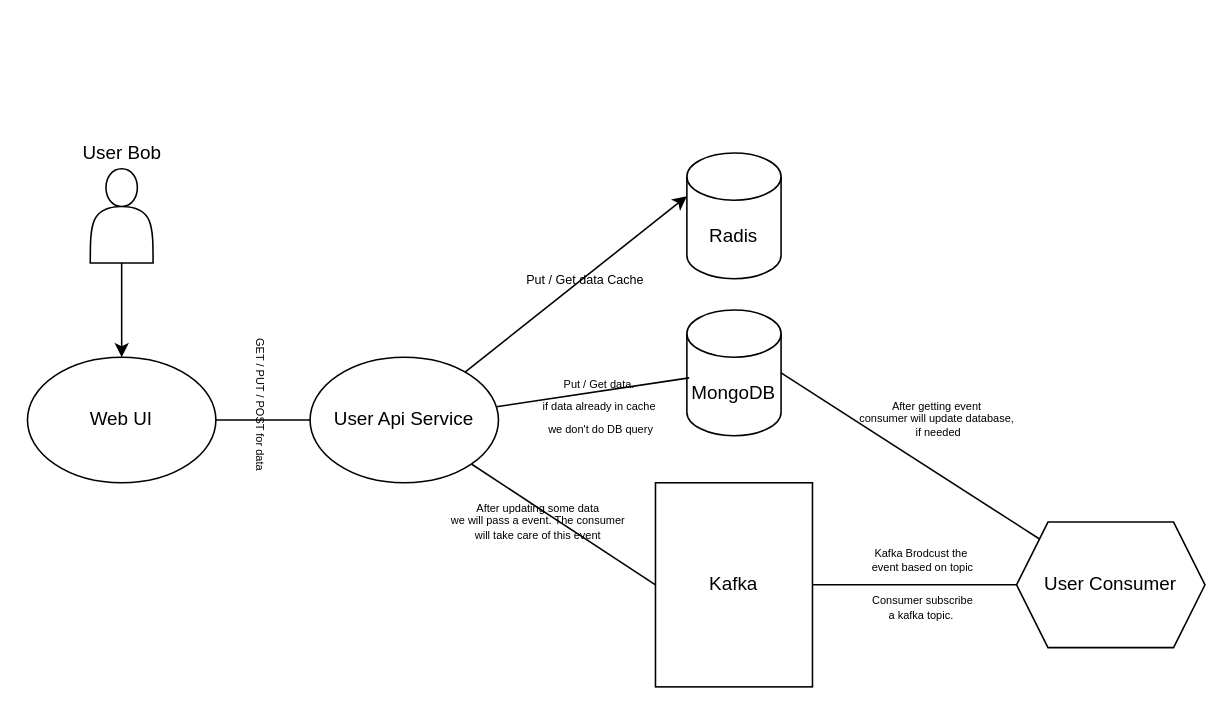
This is architecture.drawio from Rafat97/real-time-user-dashboard, a draw.io file, before an edit. Source tidied: cells renumbered, new cells numbered last; positions are measured from the earlier drawing's top-left corner, leaving out a move shared by most shapes. Both pictures are drawn from the tidied source at 157%, with x=0, y=0 at pixel (27, 137).
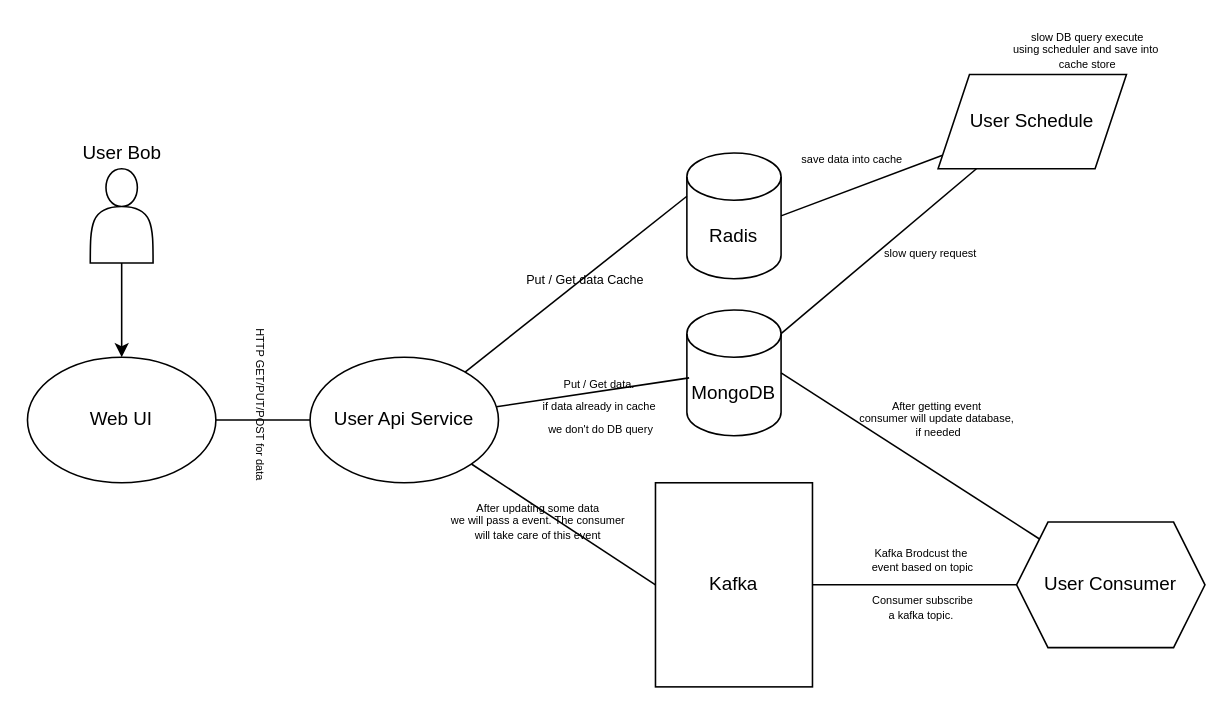
The same diagram, later.

Unchanged cells that the change refers to:
```xml
<mxCell id="2" value="MongoDB" style="shape=cylinder3;whiteSpace=wrap;html=1;boundedLbl=1;backgroundOutline=1;size=15;" parent="1" vertex="1">
  <mxGeometry x="420" y="110" width="60" height="80" as="geometry" />
</mxCell>
<mxCell id="3" value="Radis" style="shape=cylinder3;whiteSpace=wrap;html=1;boundedLbl=1;backgroundOutline=1;size=15;" parent="1" vertex="1">
  <mxGeometry x="420" y="10" width="60" height="80" as="geometry" />
</mxCell>
<mxCell id="9" value="User Api Service" style="ellipse;whiteSpace=wrap;html=1;" parent="1" vertex="1">
  <mxGeometry x="180" y="140" width="120" height="80" as="geometry" />
</mxCell>
```

Change to the diagram source:
```diff
@@
-    <mxCell id="6" style="edgeStyle=none;html=1;entryX=0;entryY=0;entryDx=0;entryDy=27.5;entryPerimeter=0;curved=1;" parent="1" edge="1" source="9" target="3">
+    <mxCell id="6" style="edgeStyle=none;html=1;entryX=0;entryY=0;entryDx=0;entryDy=27.5;entryPerimeter=0;curved=1;endArrow=none;endFill=0;" parent="1" edge="1" source="9" target="3">
       <mxGeometry relative="1" as="geometry" />
     </mxCell>
@@
-    <mxCell id="16" value="&lt;font style=&quot;font-size: 7px&quot;&gt;GET / PUT / POST for data&lt;/font&gt;" style="text;html=1;align=center;verticalAlign=middle;strokeColor=none;fillColor=none;rotation=90;" parent="1" vertex="1">
-      <mxGeometry x="100" y="160" width="100" height="20" as="geometry" />
+    <mxCell id="16" value="&lt;font style=&quot;font-size: 7px&quot;&gt;HTTP GET/PUT/POST for data&lt;/font&gt;" style="text;html=1;align=center;verticalAlign=middle;strokeColor=none;fillColor=none;rotation=90;" parent="1" vertex="1">
+      <mxGeometry x="95" y="160" width="110" height="20" as="geometry" />
     </mxCell>
@@
+    <mxCell id="24" style="edgeStyle=none;html=1;entryX=1;entryY=0.5;entryDx=0;entryDy=0;entryPerimeter=0;endArrow=none;endFill=0;" parent="1" edge="1" source="26" target="3">
+      <mxGeometry relative="1" as="geometry" />
+    </mxCell>
+    <mxCell id="25" style="edgeStyle=none;html=1;entryX=1;entryY=0;entryDx=0;entryDy=15;entryPerimeter=0;startArrow=none;startFill=0;endArrow=none;endFill=0;" parent="1" edge="1" source="26" target="2">
+      <mxGeometry relative="1" as="geometry" />
+    </mxCell>
+    <mxCell id="26" value="User Schedule" style="shape=parallelogram;perimeter=parallelogramPerimeter;whiteSpace=wrap;html=1;fixedSize=1;" parent="1" vertex="1">
+      <mxGeometry x="580" y="-40" width="120" height="60" as="geometry" />
+    </mxCell>
+    <mxCell id="27" value="slow DB query execute &lt;br&gt;using scheduler and save into&amp;nbsp;&lt;br&gt;cache store" style="text;html=1;align=center;verticalAlign=middle;strokeColor=none;fillColor=none;fontSize=7;" parent="1" vertex="1">
+      <mxGeometry x="620" y="-70" width="110" height="30" as="geometry" />
+    </mxCell>
+    <mxCell id="28" value="slow query request" style="text;html=1;align=center;verticalAlign=middle;strokeColor=none;fillColor=none;fontSize=7;" parent="1" vertex="1">
+      <mxGeometry x="540" y="70" width="70" height="10" as="geometry" />
+    </mxCell>
+    <mxCell id="29" value="save data into cache" style="text;html=1;align=center;verticalAlign=middle;strokeColor=none;fillColor=none;fontSize=7;" parent="1" vertex="1">
+      <mxGeometry x="485" y="10" width="80" height="10" as="geometry" />
+    </mxCell>
```
